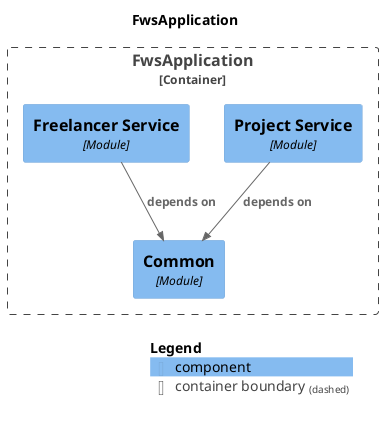
The PlantUML diagram docs/modules/components.png in krloxz/fws-application, before a commit. The source it was exported from:
```plantuml
@startuml
set separator none
title FwsApplication

top to bottom direction

!include <C4/C4>
!include <C4/C4_Context>
!include <C4/C4_Component>

Container_Boundary("FwsApplication.FwsApplication_boundary", "FwsApplication", $tags="") {
  Component(FwsApplication.FwsApplication.Common, "Common", $techn="Module", $descr="", $tags="", $link="")
  Component(FwsApplication.FwsApplication.ProjectService, "Project Service", $techn="Module", $descr="", $tags="", $link="")
  Component(FwsApplication.FwsApplication.FreelancerService, "Freelancer Service", $techn="Module", $descr="", $tags="", $link="")
}

Rel(FwsApplication.FwsApplication.FreelancerService, FwsApplication.FwsApplication.Common, "depends on", $techn="", $tags="", $link="")
Rel(FwsApplication.FwsApplication.ProjectService, FwsApplication.FwsApplication.Common, "depends on", $techn="", $tags="", $link="")

SHOW_LEGEND(true)
@enduml
```
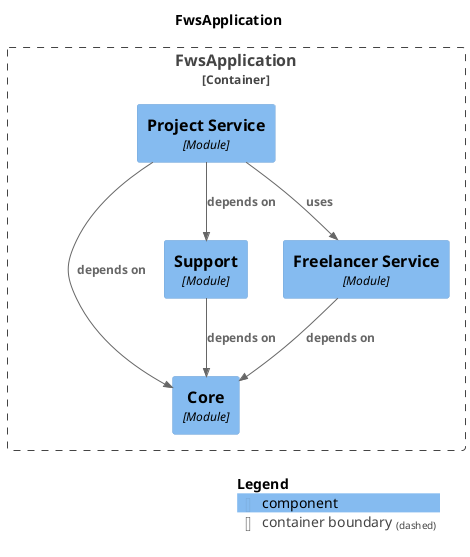
The same diagram one commit later.

The edit, as a diff of the source:
```diff
@@ -9,13 +9,17 @@
 !include <C4/C4_Component>
 
 Container_Boundary("FwsApplication.FwsApplication_boundary", "FwsApplication", $tags="") {
-  Component(FwsApplication.FwsApplication.Common, "Common", $techn="Module", $descr="", $tags="", $link="")
+  Component(FwsApplication.FwsApplication.Core, "Core", $techn="Module", $descr="", $tags="", $link="")
   Component(FwsApplication.FwsApplication.ProjectService, "Project Service", $techn="Module", $descr="", $tags="", $link="")
+  Component(FwsApplication.FwsApplication.Support, "Support", $techn="Module", $descr="", $tags="", $link="")
   Component(FwsApplication.FwsApplication.FreelancerService, "Freelancer Service", $techn="Module", $descr="", $tags="", $link="")
 }
 
-Rel(FwsApplication.FwsApplication.FreelancerService, FwsApplication.FwsApplication.Common, "depends on", $techn="", $tags="", $link="")
-Rel(FwsApplication.FwsApplication.ProjectService, FwsApplication.FwsApplication.Common, "depends on", $techn="", $tags="", $link="")
+Rel(FwsApplication.FwsApplication.ProjectService, FwsApplication.FwsApplication.Core, "depends on", $techn="", $tags="", $link="")
+Rel(FwsApplication.FwsApplication.ProjectService, FwsApplication.FwsApplication.FreelancerService, "uses", $techn="", $tags="", $link="")
+Rel(FwsApplication.FwsApplication.Support, FwsApplication.FwsApplication.Core, "depends on", $techn="", $tags="", $link="")
+Rel(FwsApplication.FwsApplication.FreelancerService, FwsApplication.FwsApplication.Core, "depends on", $techn="", $tags="", $link="")
+Rel(FwsApplication.FwsApplication.ProjectService, FwsApplication.FwsApplication.Support, "depends on", $techn="", $tags="", $link="")
 
 SHOW_LEGEND(true)
 @enduml
```
